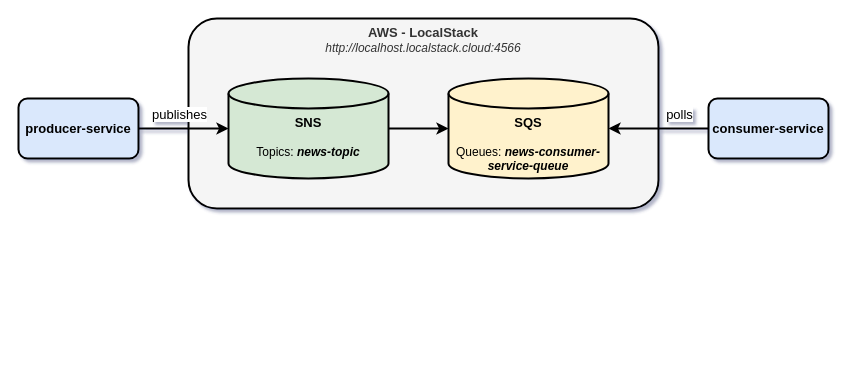
This is documentation/project-diagram.drawio from ivangfr/springboot-aws-localstack-dynamodb-lambda-sns-sqs, a draw.io file, before an edit. Source tidied: cells renumbered, new cells numbered last; positions are measured from the earlier drawing's top-left corner, leaving out a move shared by most shapes. Both pictures are drawn from the tidied source at 100%, with x=0, y=0 at pixel (18, 18).
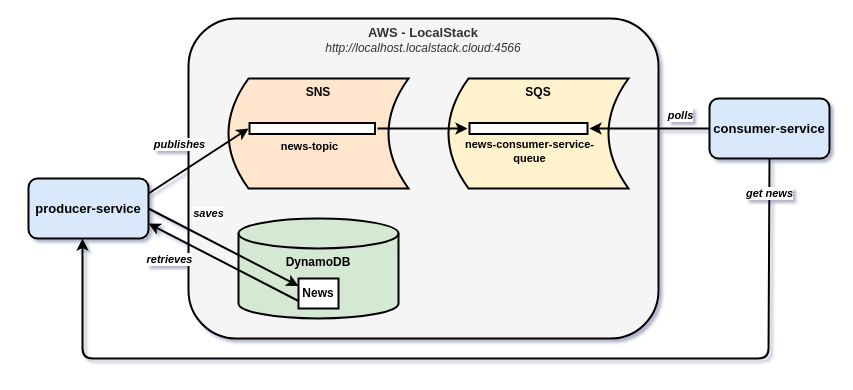
After the change.

What changed in the source:
```diff
@@
+    <mxCell id="3" value="&lt;b&gt;&lt;font style=&quot;font-size: 13px;&quot;&gt;AWS - LocalStack&lt;/font&gt;&lt;/b&gt;&lt;br&gt;&lt;i&gt;http://localhost.localstack.cloud:4566&lt;/i&gt;" style="rounded=1;whiteSpace=wrap;html=1;strokeWidth=2;verticalAlign=top;fillColor=#f5f5f5;fontColor=#333333;strokeColor=#000000;" parent="1" vertex="1">
+      <mxGeometry x="170" width="470" height="320" as="geometry" />
+    </mxCell>
+    <mxCell id="12" value="&lt;b&gt;SQS&lt;/b&gt;" style="shape=dataStorage;whiteSpace=wrap;html=1;fixedSize=1;strokeWidth=2;horizontal=1;verticalAlign=top;fillColor=#fff2cc;strokeColor=#000000;" parent="1" vertex="1">
+      <mxGeometry x="430" y="60" width="180" height="110" as="geometry" />
+    </mxCell>
+    <mxCell id="13" value="&lt;b&gt;SNS&lt;/b&gt;" style="shape=dataStorage;whiteSpace=wrap;html=1;fixedSize=1;strokeWidth=2;horizontal=1;verticalAlign=top;fillColor=#ffe6cc;strokeColor=#000000;" parent="1" vertex="1">
+      <mxGeometry x="210" y="60" width="180" height="110" as="geometry" />
+    </mxCell>
     <mxCell id="2" value="&lt;b&gt;&lt;font style=&quot;font-size: 13px;&quot;&gt;producer-service&lt;/font&gt;&lt;/b&gt;" style="rounded=1;whiteSpace=wrap;html=1;strokeWidth=2;fillColor=#dae8fc;strokeColor=#000000;" parent="1" vertex="1">
-      <mxGeometry y="80" width="120" height="60" as="geometry" />
+      <mxGeometry x="10" y="160" width="120" height="60" as="geometry" />
     </mxCell>
-    <mxCell id="3" value="&lt;b&gt;&lt;font style=&quot;font-size: 13px;&quot;&gt;AWS - LocalStack&lt;/font&gt;&lt;/b&gt;&lt;br&gt;&lt;i&gt;http://localhost.localstack.cloud:4566&lt;/i&gt;" style="rounded=1;whiteSpace=wrap;html=1;strokeWidth=2;verticalAlign=top;fillColor=#f5f5f5;fontColor=#333333;strokeColor=#000000;" parent="1" vertex="1">
-      <mxGeometry x="170" width="470" height="190" as="geometry" />
-    </mxCell>
-    <mxCell id="4" value="&lt;b&gt;&lt;font style=&quot;font-size: 13px;&quot;&gt;SNS&lt;br&gt;&lt;/font&gt;&lt;/b&gt;&lt;br&gt;Topics:&amp;nbsp;&lt;b&gt;&lt;i&gt;news-topic&lt;/i&gt;&lt;/b&gt;" style="shape=cylinder3;whiteSpace=wrap;html=1;boundedLbl=1;backgroundOutline=1;size=15;strokeWidth=2;fillColor=#d5e8d4;strokeColor=#000000;verticalAlign=top;" parent="1" vertex="1">
-      <mxGeometry x="210" y="60" width="160" height="100" as="geometry" />
+    <mxCell id="4" value="&lt;b&gt;DynamoDB&lt;/b&gt;" style="shape=cylinder3;whiteSpace=wrap;html=1;boundedLbl=1;backgroundOutline=1;size=15;strokeWidth=2;fillColor=#d5e8d4;strokeColor=#000000;verticalAlign=top;" parent="1" vertex="1">
+      <mxGeometry x="220" y="200" width="160" height="100" as="geometry" />
     </mxCell>
-    <mxCell id="5" style="endArrow=classic;startArrow=none;html=1;rounded=0;entryX=0;entryY=0.5;entryDx=0;entryDy=0;entryPerimeter=0;strokeWidth=2;exitX=1;exitY=0.5;exitDx=0;exitDy=0;startFill=0;" parent="1" edge="1" source="2" target="4">
-      <mxGeometry relative="1" as="geometry" />
+    <mxCell id="5" style="endArrow=classic;startArrow=none;html=1;rounded=0;strokeWidth=2;exitX=1;exitY=0.25;exitDx=0;exitDy=0;startFill=0;" parent="1" edge="1" source="2">
+      <mxGeometry relative="1" as="geometry">
+        <mxPoint x="230" y="110" as="targetPoint" />
+      </mxGeometry>
     </mxCell>
-    <mxCell id="6" value="&lt;font style=&quot;font-size: 13px;&quot;&gt;publishes&lt;/font&gt;" style="edgeLabel;html=1;align=center;verticalAlign=middle;" parent="5" vertex="1">
+    <mxCell id="6" value="&lt;font size=&quot;1&quot; style=&quot;&quot;&gt;&lt;b style=&quot;&quot;&gt;&lt;i style=&quot;font-size: 11px;&quot;&gt;publishes&lt;/i&gt;&lt;/b&gt;&lt;/font&gt;" style="edgeLabel;html=1;align=center;verticalAlign=middle;" parent="5" vertex="1">
       <mxGeometry x="0.42" relative="1" as="geometry">
-        <mxPoint x="-24" y="-15" as="offset" />
+        <mxPoint x="-41" y="-3" as="offset" />
       </mxGeometry>
     </mxCell>
-    <mxCell id="7" value="&lt;b&gt;&lt;font style=&quot;font-size: 13px;&quot;&gt;SQS&lt;br&gt;&lt;/font&gt;&lt;/b&gt;&lt;br&gt;Queues:&amp;nbsp;&lt;i style=&quot;&quot;&gt;&lt;b&gt;news-consumer-service-queue&lt;/b&gt;&lt;/i&gt;" style="shape=cylinder3;whiteSpace=wrap;html=1;boundedLbl=1;backgroundOutline=1;size=15;strokeWidth=2;fillColor=#fff2cc;strokeColor=#000000;verticalAlign=top;" parent="1" vertex="1">
-      <mxGeometry x="430" y="60" width="160" height="100" as="geometry" />
-    </mxCell>
     <mxCell id="8" value="&lt;b&gt;&lt;font style=&quot;font-size: 13px;&quot;&gt;consumer-service&lt;/font&gt;&lt;/b&gt;" style="rounded=1;whiteSpace=wrap;html=1;strokeWidth=2;fillColor=#dae8fc;strokeColor=#000000;" parent="1" vertex="1">
-      <mxGeometry x="690" y="80" width="120" height="60" as="geometry" />
+      <mxGeometry x="691" y="80" width="120" height="60" as="geometry" />
     </mxCell>
-    <mxCell id="9" style="endArrow=classic;startArrow=none;html=1;rounded=0;entryX=0;entryY=0.5;entryDx=0;entryDy=0;entryPerimeter=0;strokeWidth=2;startFill=0;exitX=1;exitY=0.5;exitDx=0;exitDy=0;exitPerimeter=0;" parent="1" edge="1" source="4" target="7">
-      <mxGeometry relative="1" as="geometry" />
+    <mxCell id="9" style="endArrow=classic;startArrow=none;html=1;rounded=0;strokeWidth=2;startFill=0;" parent="1" edge="1">
+      <mxGeometry relative="1" as="geometry">
+        <mxPoint x="359" y="110" as="sourcePoint" />
+        <mxPoint x="449" y="110" as="targetPoint" />
+      </mxGeometry>
     </mxCell>
-    <mxCell id="10" style="endArrow=classic;startArrow=none;html=1;rounded=0;strokeWidth=2;startFill=0;exitX=0;exitY=0.5;exitDx=0;exitDy=0;entryX=1;entryY=0.5;entryDx=0;entryDy=0;entryPerimeter=0;" parent="1" edge="1" source="8" target="7">
-      <mxGeometry relative="1" as="geometry" />
+    <mxCell id="10" style="endArrow=classic;startArrow=none;html=1;rounded=0;strokeWidth=2;startFill=0;exitX=0;exitY=0.5;exitDx=0;exitDy=0;" parent="1" edge="1" source="8">
+      <mxGeometry relative="1" as="geometry">
+        <mxPoint x="571" y="110" as="targetPoint" />
+      </mxGeometry>
     </mxCell>
-    <mxCell id="11" value="polls" style="edgeLabel;html=1;align=center;verticalAlign=middle;fontSize=13;" parent="10" vertex="1">
+    <mxCell id="11" value="&lt;b&gt;&lt;i&gt;&lt;font style=&quot;font-size: 11px;&quot;&gt;polls&lt;/font&gt;&lt;/i&gt;&lt;/b&gt;" style="edgeLabel;html=1;align=center;verticalAlign=middle;fontSize=13;" parent="10" vertex="1">
       <mxGeometry x="-0.14" y="-1" relative="1" as="geometry">
-        <mxPoint x="13" y="-14" as="offset" />
+        <mxPoint x="22" y="-14" as="offset" />
       </mxGeometry>
     </mxCell>
+    <mxCell id="14" style="shape=flexArrow;endArrow=none;startArrow=none;html=1;rounded=0;startFill=0;endFill=0;strokeWidth=2;fillColor=default;" parent="1" edge="1">
+      <mxGeometry relative="1" as="geometry">
+        <mxPoint x="230" y="110" as="sourcePoint" />
+        <mxPoint x="357.5" y="110" as="targetPoint" />
+      </mxGeometry>
+    </mxCell>
+    <mxCell id="15" value="&lt;b&gt;news-topic&lt;/b&gt;" style="edgeLabel;html=1;align=center;verticalAlign=middle;labelBackgroundColor=none;" parent="14" vertex="1">
+      <mxGeometry x="-0.03" y="-2" relative="1" as="geometry">
+        <mxPoint x="-2" y="15" as="offset" />
+      </mxGeometry>
+    </mxCell>
+    <mxCell id="16" style="shape=flexArrow;endArrow=none;startArrow=none;html=1;rounded=0;startFill=0;endFill=0;strokeWidth=2;fillColor=default;" parent="1" edge="1">
+      <mxGeometry relative="1" as="geometry">
+        <mxPoint x="450" y="110" as="sourcePoint" />
+        <mxPoint x="570" y="110" as="targetPoint" />
+      </mxGeometry>
+    </mxCell>
+    <mxCell id="17" value="&lt;b&gt;news-consumer-service-&lt;br&gt;queue&lt;/b&gt;" style="edgeLabel;html=1;align=center;verticalAlign=middle;labelBackgroundColor=none;" parent="16" vertex="1">
+      <mxGeometry x="-0.12" relative="1" as="geometry">
+        <mxPoint x="7" y="22" as="offset" />
+      </mxGeometry>
+    </mxCell>
+    <mxCell id="18" style="endArrow=classic;startArrow=none;html=1;rounded=0;strokeWidth=2;exitX=1;exitY=0.5;exitDx=0;exitDy=0;startFill=0;entryX=0;entryY=0.25;entryDx=0;entryDy=0;" parent="1" edge="1" source="2" target="20">
+      <mxGeometry relative="1" as="geometry" />
+    </mxCell>
+    <mxCell id="19" value="&lt;font size=&quot;1&quot; style=&quot;&quot;&gt;&lt;b style=&quot;&quot;&gt;&lt;i style=&quot;font-size: 11px;&quot;&gt;saves&lt;/i&gt;&lt;/b&gt;&lt;/font&gt;" style="edgeLabel;html=1;align=center;verticalAlign=middle;" parent="18" vertex="1">
+      <mxGeometry x="0.42" relative="1" as="geometry">
+        <mxPoint x="-47" y="-51" as="offset" />
+      </mxGeometry>
+    </mxCell>
+    <mxCell id="20" value="&lt;b&gt;News&lt;/b&gt;" style="rounded=0;whiteSpace=wrap;html=1;labelBackgroundColor=none;strokeColor=#000000;strokeWidth=2;" parent="1" vertex="1">
+      <mxGeometry x="280" y="260" width="40" height="30" as="geometry" />
+    </mxCell>
+    <mxCell id="21" style="endArrow=classic;html=1;exitX=0.5;exitY=1;exitDx=0;exitDy=0;entryX=0.45;entryY=1;entryDx=0;entryDy=0;entryPerimeter=0;strokeWidth=2;rounded=1;" parent="1" edge="1" source="8" target="2">
+      <mxGeometry relative="1" as="geometry">
+        <Array as="points">
+          <mxPoint x="750" y="340" />
+          <mxPoint x="64" y="340" />
+        </Array>
+      </mxGeometry>
+    </mxCell>
+    <mxCell id="22" value="&lt;b&gt;&lt;i&gt;get news&lt;/i&gt;&lt;/b&gt;" style="edgeLabel;html=1;align=center;verticalAlign=middle;" parent="21" vertex="1">
+      <mxGeometry x="-0.93" relative="1" as="geometry" />
+    </mxCell>
+    <mxCell id="23" style="endArrow=classic;html=1;rounded=0;fontSize=11;strokeWidth=2;entryX=1;entryY=0.75;entryDx=0;entryDy=0;exitX=0;exitY=0.75;exitDx=0;exitDy=0;" parent="1" edge="1" source="20" target="2">
+      <mxGeometry relative="1" as="geometry" />
+    </mxCell>
+    <mxCell id="24" value="&lt;b&gt;&lt;i&gt;retrieves&lt;/i&gt;&lt;/b&gt;" style="edgeLabel;html=1;align=center;verticalAlign=middle;fontSize=11;" parent="23" vertex="1">
+      <mxGeometry x="0.24" y="1" relative="1" as="geometry">
+        <mxPoint x="-36" y="5" as="offset" />
+      </mxGeometry>
+    </mxCell>
```
